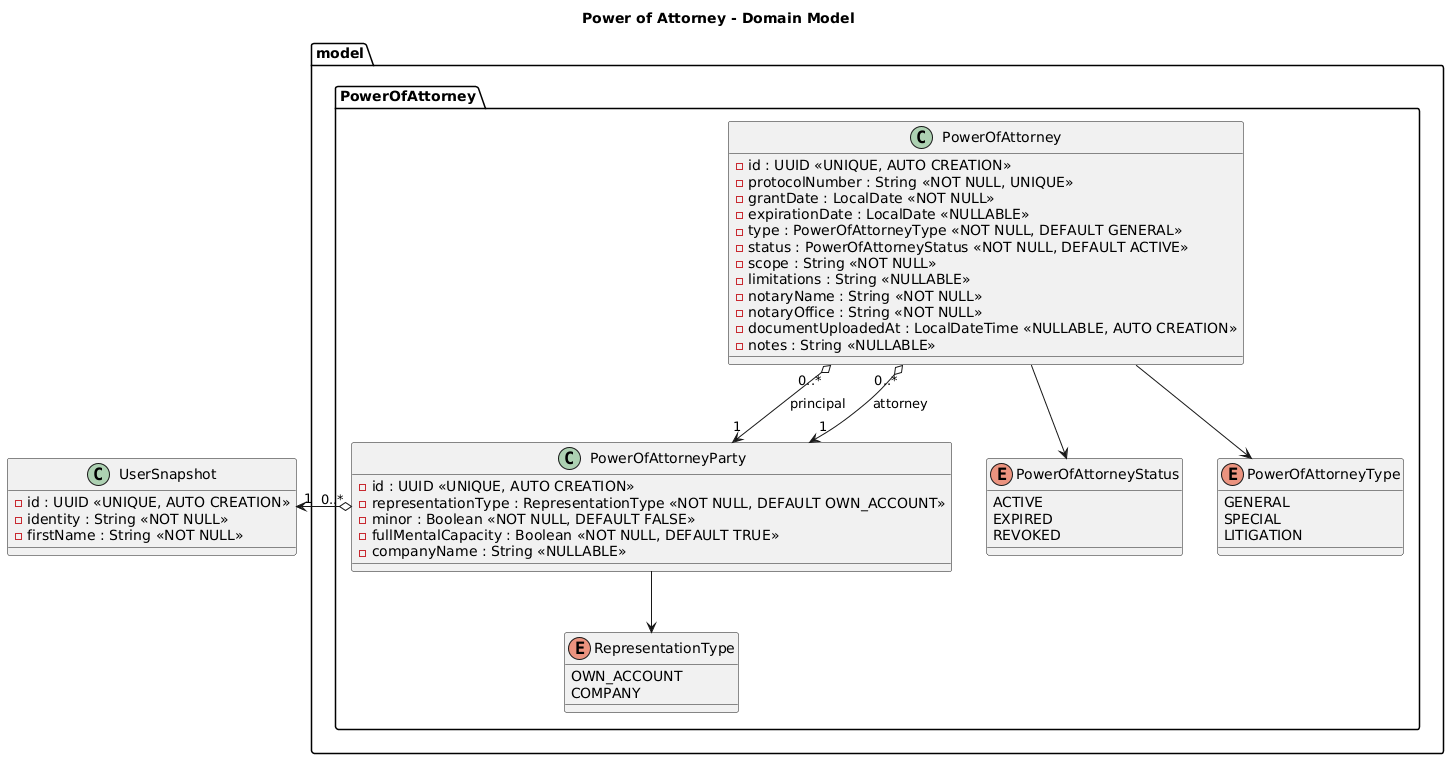
Before: docs/models/powerOfAttorney_UML.png, a diagram exported from PlantUML (miw-upm/apaw).
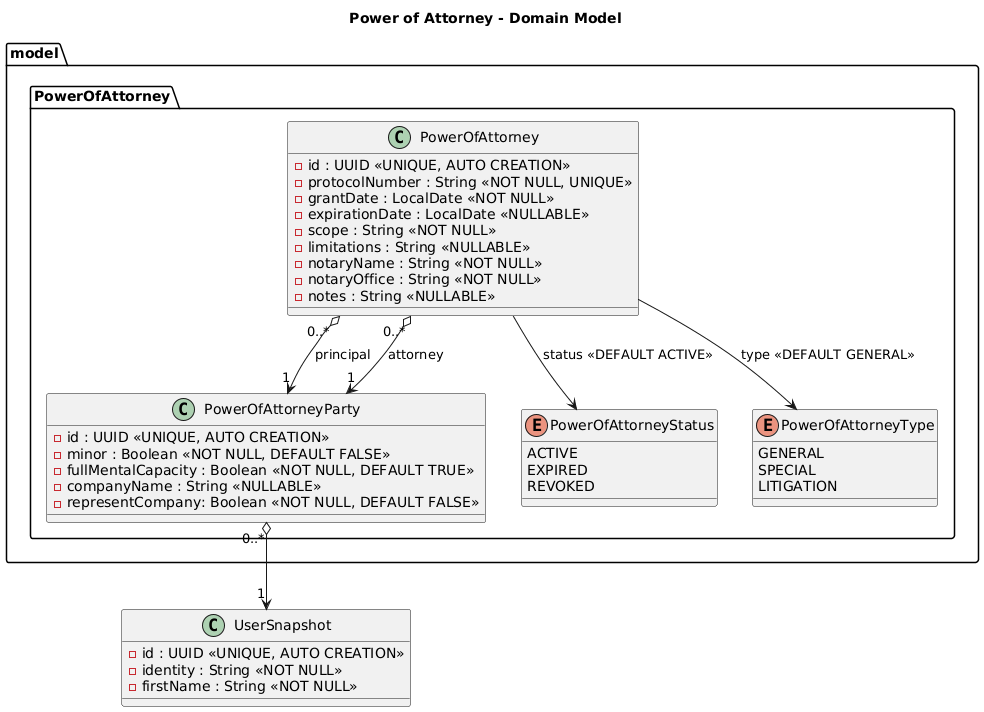
Above is the later version.

Commit message:
Change enums and variables on diagram UML PowerOfAttorney miw-upm/apaw#63

Diff of the diagram source:
```diff
@@ -10,23 +10,19 @@
             -protocolNumber : String <<NOT NULL, UNIQUE>>
             -grantDate : LocalDate <<NOT NULL>>
             -expirationDate : LocalDate <<NULLABLE>>
-            -type : PowerOfAttorneyType <<NOT NULL, DEFAULT GENERAL>>
-            -status : PowerOfAttorneyStatus <<NOT NULL, DEFAULT ACTIVE>>
             -scope : String <<NOT NULL>>
             -limitations : String <<NULLABLE>>
             -notaryName : String <<NOT NULL>>
             -notaryOffice : String <<NOT NULL>>
-            -documentUploadedAt : LocalDateTime <<NULLABLE, AUTO CREATION>>
             -notes : String <<NULLABLE>>
         }
 
         class PowerOfAttorneyParty {
             -id : UUID <<UNIQUE, AUTO CREATION>>
-            -representationType : RepresentationType <<NOT NULL, DEFAULT OWN_ACCOUNT>>
             -minor : Boolean <<NOT NULL, DEFAULT FALSE>>
             -fullMentalCapacity : Boolean <<NOT NULL, DEFAULT TRUE>>
             -companyName : String <<NULLABLE>>
-
+            -representCompany: Boolean <<NOT NULL, DEFAULT FALSE>>
         }
 
         enum PowerOfAttorneyStatus {
@@ -41,17 +37,11 @@
             LITIGATION
         }
 
-        enum RepresentationType {
-            OWN_ACCOUNT
-            COMPANY
-        }
-
         PowerOfAttorney "0..*" o--> "1" PowerOfAttorneyParty : principal
         PowerOfAttorney "0..*" o--> "1" PowerOfAttorneyParty : attorney
 
-        PowerOfAttorney --> PowerOfAttorneyType
-        PowerOfAttorney --> PowerOfAttorneyStatus
-        PowerOfAttorneyParty --> RepresentationType
+        PowerOfAttorney --> PowerOfAttorneyType: type <<DEFAULT GENERAL>>
+        PowerOfAttorney --> PowerOfAttorneyStatus: status <<DEFAULT ACTIVE>>
     }
 }
 
@@ -61,5 +51,5 @@
     -firstName : String <<NOT NULL>>
 }
 
-PowerOfAttorneyParty "0..*" o--left> "1" UserSnapshot
+PowerOfAttorneyParty "0..*" o--> "1" UserSnapshot
 @enduml
```
